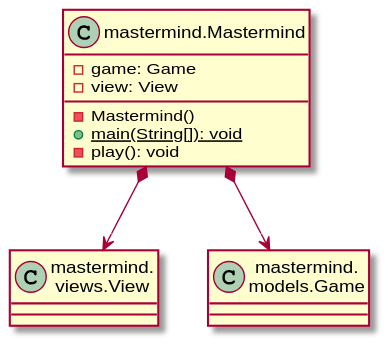
This is documentView/console/docs/diagrams/out/paquetes/mastermind.svg from SantaTecla-mastermind/solution.java.swing.socket.sql, a PlantUML export, as it was before one commit.
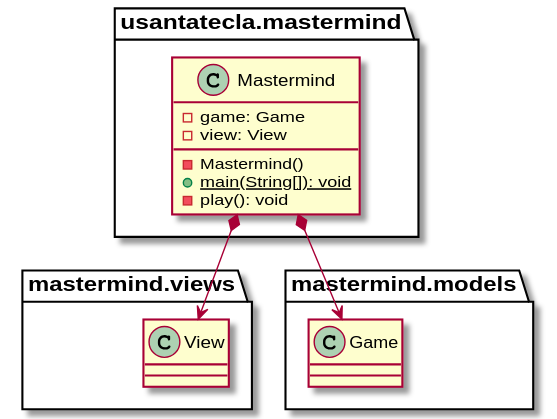
After the commit.

The edit, as a diff of the source:
```diff
@@ -1,5 +1,5 @@
 @startuml
-class  Mastermind as "mastermind.Mastermind"{
+class usantatecla.mastermind.Mastermind{
 - game: Game
 - view: View
 - Mastermind()
@@ -7,8 +7,6 @@
 - play(): void
 }
 
-class View as "mastermind.\nviews.View"{}
-class Game as "mastermind.\nmodels.Game"{}
-Mastermind *-down-> View
-Mastermind *-down-> Game
+usantatecla.mastermind.Mastermind *-down-> mastermind.views.View
+usantatecla.mastermind.Mastermind *-down-> mastermind.models.Game
 @enduml
```
